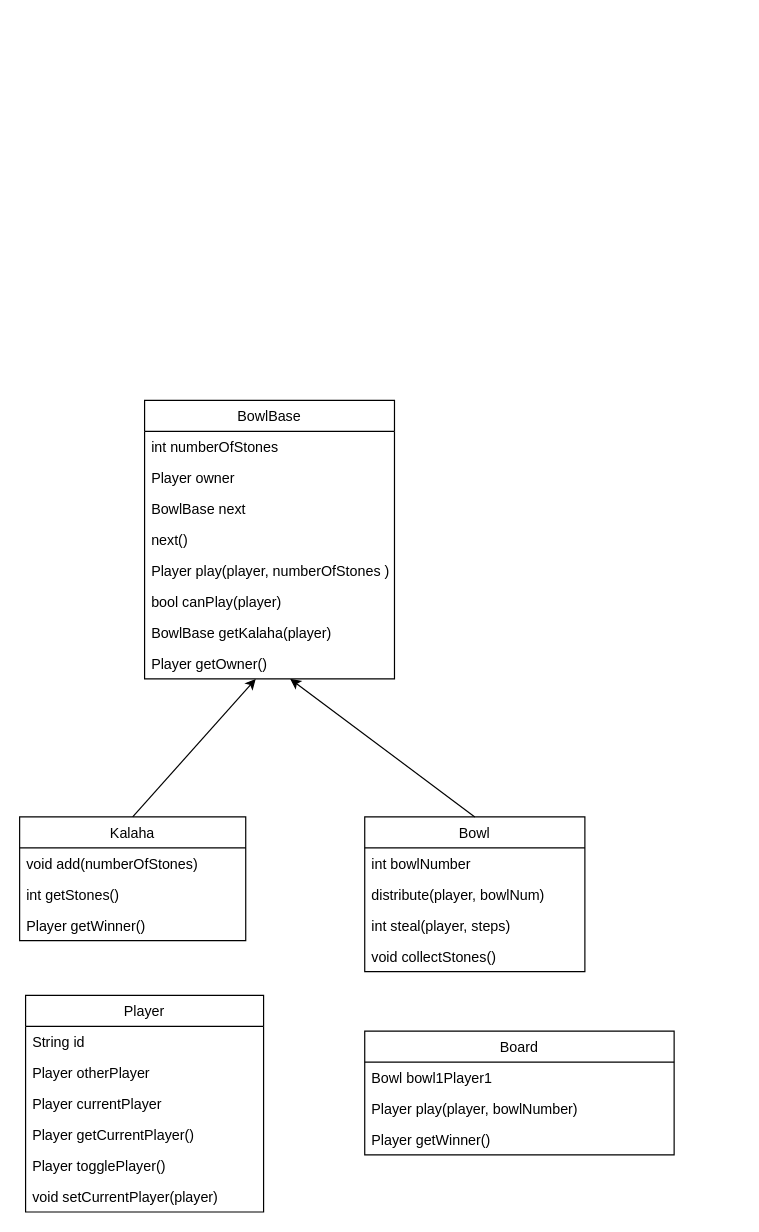
Above: doc/ClassDiagrams.drawio in jaaphoegee/mancala (draw.io), before the change. Source tidied: cells renumbered, new cells numbered last; positions are measured from the earlier drawing's top-left corner, leaving out a move shared by most shapes. Both pictures are drawn from the tidied source at 119%, with x=0, y=0 at pixel (19, 400).
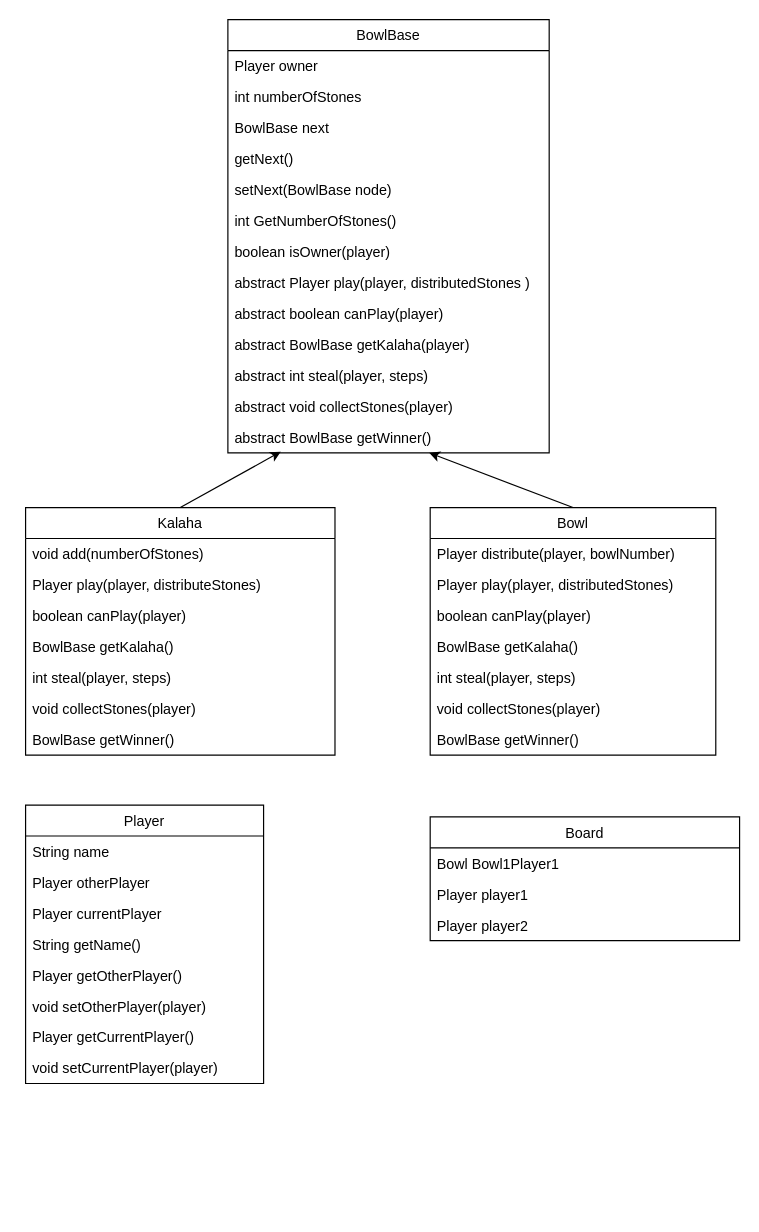
After the change.

What changed in the source:
```diff
@@
     <mxCell id="2" value="Kalaha" style="swimlane;fontStyle=0;horizontal=1;startSize=26;fillColor=none;" parent="1" vertex="1">
-      <mxGeometry y="350" width="190" height="104" as="geometry" />
+      <mxGeometry x="5" y="90" width="260" height="208" as="geometry" />
     </mxCell>
     <mxCell id="3" value="void add(numberOfStones)" style="text;strokeColor=none;fillColor=none;align=left;verticalAlign=top;spacingLeft=4;spacingRight=4;overflow=hidden;" parent="2" vertex="1">
-      <mxGeometry y="26" width="190" height="26" as="geometry" />
+      <mxGeometry y="26" width="260" height="26" as="geometry" />
     </mxCell>
+    <mxCell id="33" value="Player play(player, distributeStones)" style="text;strokeColor=none;fillColor=none;align=left;verticalAlign=top;spacingLeft=4;spacingRight=4;overflow=hidden;" parent="2" vertex="1">
+      <mxGeometry y="52" width="260" height="26" as="geometry" />
+    </mxCell>
+    <mxCell id="34" value="boolean canPlay(player)" style="text;strokeColor=none;fillColor=none;align=left;verticalAlign=top;spacingLeft=4;spacingRight=4;overflow=hidden;" parent="2" vertex="1">
+      <mxGeometry y="78" width="260" height="26" as="geometry" />
+    </mxCell>
+    <mxCell id="35" value="BowlBase getKalaha()" style="text;strokeColor=none;fillColor=none;align=left;verticalAlign=top;spacingLeft=4;spacingRight=4;overflow=hidden;" parent="2" vertex="1">
+      <mxGeometry y="104" width="260" height="26" as="geometry" />
+    </mxCell>
-    <mxCell id="4" value="int getStones()" style="text;strokeColor=none;fillColor=none;align=left;verticalAlign=top;spacingLeft=4;spacingRight=4;overflow=hidden;" parent="2" vertex="1">
-      <mxGeometry y="52" width="190" height="26" as="geometry" />
+    <mxCell id="4" value="int steal(player, steps)" style="text;strokeColor=none;fillColor=none;align=left;verticalAlign=top;spacingLeft=4;spacingRight=4;overflow=hidden;" parent="2" vertex="1">
+      <mxGeometry y="130" width="260" height="26" as="geometry" />
     </mxCell>
+    <mxCell id="36" value="void collectStones(player)" style="text;strokeColor=none;fillColor=none;align=left;verticalAlign=top;spacingLeft=4;spacingRight=4;overflow=hidden;" parent="2" vertex="1">
+      <mxGeometry y="156" width="260" height="26" as="geometry" />
+    </mxCell>
-    <mxCell id="5" value="Player getWinner()" style="text;strokeColor=none;fillColor=none;align=left;verticalAlign=top;spacingLeft=4;spacingRight=4;overflow=hidden;" parent="2" vertex="1">
-      <mxGeometry y="78" width="190" height="26" as="geometry" />
+    <mxCell id="5" value="BowlBase getWinner()" style="text;strokeColor=none;fillColor=none;align=left;verticalAlign=top;spacingLeft=4;spacingRight=4;overflow=hidden;" parent="2" vertex="1">
+      <mxGeometry y="182" width="260" height="26" as="geometry" />
     </mxCell>
     <mxCell id="6" value="BowlBase" style="swimlane;fontStyle=0;horizontal=1;startSize=26;fillColor=none;" parent="1" vertex="1">
-      <mxGeometry x="105" width="210" height="234" as="geometry" />
+      <mxGeometry x="175" y="-320" width="270" height="364" as="geometry" />
     </mxCell>
+    <mxCell id="8" value="Player owner" style="text;strokeColor=none;fillColor=none;align=left;verticalAlign=top;spacingLeft=4;spacingRight=4;overflow=hidden;" parent="6" vertex="1">
+      <mxGeometry y="26" width="270" height="26" as="geometry" />
+    </mxCell>
     <mxCell id="7" value="int numberOfStones" style="text;strokeColor=none;fillColor=none;align=left;verticalAlign=top;spacingLeft=4;spacingRight=4;overflow=hidden;" parent="6" vertex="1">
-      <mxGeometry y="26" width="210" height="26" as="geometry" />
+      <mxGeometry y="52" width="270" height="26" as="geometry" />
     </mxCell>
-    <mxCell id="8" value="Player owner" style="text;strokeColor=none;fillColor=none;align=left;verticalAlign=top;spacingLeft=4;spacingRight=4;overflow=hidden;" parent="6" vertex="1">
-      <mxGeometry y="52" width="210" height="26" as="geometry" />
-    </mxCell>
     <mxCell id="9" value="BowlBase next " style="text;strokeColor=none;fillColor=none;align=left;verticalAlign=top;spacingLeft=4;spacingRight=4;overflow=hidden;" parent="6" vertex="1">
-      <mxGeometry y="78" width="210" height="26" as="geometry" />
+      <mxGeometry y="78" width="270" height="26" as="geometry" />
     </mxCell>
-    <mxCell id="10" value="next()" style="text;strokeColor=none;fillColor=none;align=left;verticalAlign=top;spacingLeft=4;spacingRight=4;overflow=hidden;" parent="6" vertex="1">
-      <mxGeometry y="104" width="210" height="26" as="geometry" />
+    <mxCell id="10" value="getNext()" style="text;strokeColor=none;fillColor=none;align=left;verticalAlign=top;spacingLeft=4;spacingRight=4;overflow=hidden;" parent="6" vertex="1">
+      <mxGeometry y="104" width="270" height="26" as="geometry" />
     </mxCell>
+    <mxCell id="37" value="setNext(BowlBase node)" style="text;strokeColor=none;fillColor=none;align=left;verticalAlign=top;spacingLeft=4;spacingRight=4;overflow=hidden;" parent="6" vertex="1">
+      <mxGeometry y="130" width="270" height="26" as="geometry" />
+    </mxCell>
+    <mxCell id="38" value="int GetNumberOfStones()" style="text;strokeColor=none;fillColor=none;align=left;verticalAlign=top;spacingLeft=4;spacingRight=4;overflow=hidden;" parent="6" vertex="1">
+      <mxGeometry y="156" width="270" height="26" as="geometry" />
+    </mxCell>
+    <mxCell id="14" value="boolean isOwner(player)" style="text;strokeColor=none;fillColor=none;align=left;verticalAlign=top;spacingLeft=4;spacingRight=4;overflow=hidden;points=[[0,0.5],[1,0.5]];portConstraint=eastwest;" parent="6" vertex="1">
+      <mxGeometry y="182" width="270" height="26" as="geometry" />
+    </mxCell>
-    <mxCell id="11" value="Player play(player, numberOfStones )" style="text;strokeColor=none;fillColor=none;align=left;verticalAlign=top;spacingLeft=4;spacingRight=4;overflow=hidden;" parent="6" vertex="1">
-      <mxGeometry y="130" width="210" height="26" as="geometry" />
+    <mxCell id="11" value="abstract Player play(player, distributedStones )" style="text;strokeColor=none;fillColor=none;align=left;verticalAlign=top;spacingLeft=4;spacingRight=4;overflow=hidden;" parent="6" vertex="1">
+      <mxGeometry y="208" width="270" height="26" as="geometry" />
     </mxCell>
-    <mxCell id="12" value="bool canPlay(player)" style="text;strokeColor=none;fillColor=none;align=left;verticalAlign=top;spacingLeft=4;spacingRight=4;overflow=hidden;" parent="6" vertex="1">
-      <mxGeometry y="156" width="210" height="26" as="geometry" />
+    <mxCell id="12" value="abstract boolean canPlay(player)" style="text;strokeColor=none;fillColor=none;align=left;verticalAlign=top;spacingLeft=4;spacingRight=4;overflow=hidden;" parent="6" vertex="1">
+      <mxGeometry y="234" width="270" height="26" as="geometry" />
     </mxCell>
-    <mxCell id="13" value="BowlBase getKalaha(player)" style="text;strokeColor=none;fillColor=none;align=left;verticalAlign=top;spacingLeft=4;spacingRight=4;overflow=hidden;" parent="6" vertex="1">
-      <mxGeometry y="182" width="210" height="26" as="geometry" />
+    <mxCell id="13" value="abstract BowlBase getKalaha(player)" style="text;strokeColor=none;fillColor=none;align=left;verticalAlign=top;spacingLeft=4;spacingRight=4;overflow=hidden;" parent="6" vertex="1">
+      <mxGeometry y="260" width="270" height="26" as="geometry" />
     </mxCell>
-    <mxCell id="14" value="Player getOwner()" style="text;strokeColor=none;fillColor=none;align=left;verticalAlign=top;spacingLeft=4;spacingRight=4;overflow=hidden;points=[[0,0.5],[1,0.5]];portConstraint=eastwest;" parent="6" vertex="1">
-      <mxGeometry y="208" width="210" height="26" as="geometry" />
-    </mxCell>
+    <mxCell id="39" value="abstract int steal(player, steps)" style="text;strokeColor=none;fillColor=none;align=left;verticalAlign=top;spacingLeft=4;spacingRight=4;overflow=hidden;" parent="6" vertex="1">
+      <mxGeometry y="286" width="270" height="26" as="geometry" />
+    </mxCell>
+    <mxCell id="40" value="abstract void collectStones(player)" style="text;strokeColor=none;fillColor=none;align=left;verticalAlign=top;spacingLeft=4;spacingRight=4;overflow=hidden;" parent="6" vertex="1">
+      <mxGeometry y="312" width="270" height="26" as="geometry" />
+    </mxCell>
+    <mxCell id="41" value="abstract BowlBase getWinner()" style="text;strokeColor=none;fillColor=none;align=left;verticalAlign=top;spacingLeft=4;spacingRight=4;overflow=hidden;points=[[0,0.5],[1,0.5]];portConstraint=eastwest;" parent="6" vertex="1">
+      <mxGeometry y="338" width="270" height="26" as="geometry" />
+    </mxCell>
-    <mxCell id="15" style="endArrow=classic;html=1;exitX=0.5;exitY=0;exitDx=0;exitDy=0;" parent="1" edge="1" source="2" target="14">
+    <mxCell id="15" style="endArrow=classic;html=1;exitX=0.5;exitY=0;exitDx=0;exitDy=0;entryX=0.165;entryY=0.962;entryDx=0;entryDy=0;entryPerimeter=0;" parent="1" edge="1" source="2" target="41">
       <mxGeometry relative="1" as="geometry" />
     </mxCell>
     <mxCell id="16" value="Bowl" style="swimlane;fontStyle=0;horizontal=1;startSize=26;fillColor=none;" parent="1" vertex="1">
-      <mxGeometry x="290" y="350" width="185" height="130" as="geometry" />
+      <mxGeometry x="345" y="90" width="240" height="208" as="geometry" />
     </mxCell>
-    <mxCell id="17" value="int bowlNumber" style="text;strokeColor=none;fillColor=none;align=left;verticalAlign=top;spacingLeft=4;spacingRight=4;overflow=hidden;" parent="16" vertex="1">
-      <mxGeometry y="26" width="185" height="26" as="geometry" />
-    </mxCell>
-    <mxCell id="18" value="distribute(player, bowlNum)" style="text;strokeColor=none;fillColor=none;align=left;verticalAlign=top;spacingLeft=4;spacingRight=4;overflow=hidden;" parent="16" vertex="1">
-      <mxGeometry y="52" width="185" height="26" as="geometry" />
+    <mxCell id="18" value="Player distribute(player, bowlNumber)" style="text;strokeColor=none;fillColor=none;align=left;verticalAlign=top;spacingLeft=4;spacingRight=4;overflow=hidden;" parent="16" vertex="1">
+      <mxGeometry y="26" width="240" height="26" as="geometry" />
     </mxCell>
+    <mxCell id="20" value="Player play(player, distributedStones)" style="text;strokeColor=none;fillColor=none;align=left;verticalAlign=top;spacingLeft=4;spacingRight=4;overflow=hidden;" parent="16" vertex="1">
+      <mxGeometry y="52" width="240" height="26" as="geometry" />
+    </mxCell>
+    <mxCell id="42" value="boolean canPlay(player)" style="text;strokeColor=none;fillColor=none;align=left;verticalAlign=top;spacingLeft=4;spacingRight=4;overflow=hidden;" parent="16" vertex="1">
+      <mxGeometry y="78" width="240" height="26" as="geometry" />
+    </mxCell>
+    <mxCell id="43" value="BowlBase getKalaha()" style="text;strokeColor=none;fillColor=none;align=left;verticalAlign=top;spacingLeft=4;spacingRight=4;overflow=hidden;" parent="16" vertex="1">
+      <mxGeometry y="104" width="240" height="26" as="geometry" />
+    </mxCell>
     <mxCell id="19" value="int steal(player, steps)" style="text;strokeColor=none;fillColor=none;align=left;verticalAlign=top;spacingLeft=4;spacingRight=4;overflow=hidden;" parent="16" vertex="1">
-      <mxGeometry y="78" width="185" height="26" as="geometry" />
+      <mxGeometry y="130" width="240" height="26" as="geometry" />
     </mxCell>
-    <mxCell id="20" value="void collectStones()" style="text;strokeColor=none;fillColor=none;align=left;verticalAlign=top;spacingLeft=4;spacingRight=4;overflow=hidden;" parent="16" vertex="1">
-      <mxGeometry y="104" width="185" height="26" as="geometry" />
-    </mxCell>
+    <mxCell id="44" value="void collectStones(player)" style="text;strokeColor=none;fillColor=none;align=left;verticalAlign=top;spacingLeft=4;spacingRight=4;overflow=hidden;" parent="16" vertex="1">
+      <mxGeometry y="156" width="240" height="26" as="geometry" />
+    </mxCell>
+    <mxCell id="45" value="BowlBase getWinner()" style="text;strokeColor=none;fillColor=none;align=left;verticalAlign=top;spacingLeft=4;spacingRight=4;overflow=hidden;" parent="16" vertex="1">
+      <mxGeometry y="182" width="240" height="26" as="geometry" />
+    </mxCell>
-    <mxCell id="21" style="endArrow=classic;html=1;exitX=0.5;exitY=0;exitDx=0;exitDy=0;" parent="1" edge="1" source="16" target="14">
+    <mxCell id="21" style="endArrow=classic;html=1;exitX=0.5;exitY=0;exitDx=0;exitDy=0;" parent="1" edge="1" source="16" target="41">
       <mxGeometry relative="1" as="geometry" />
     </mxCell>
     <mxCell id="22" value="Player" style="swimlane;fontStyle=0;horizontal=1;startSize=26;fillColor=none;" parent="1" vertex="1">
-      <mxGeometry x="5" y="500" width="200" height="182" as="geometry" />
+      <mxGeometry x="5" y="340" width="200" height="234" as="geometry" />
     </mxCell>
-    <mxCell id="23" value="String id" style="text;strokeColor=none;fillColor=none;align=left;verticalAlign=top;spacingLeft=4;spacingRight=4;overflow=hidden;" parent="22" vertex="1">
+    <mxCell id="23" value="String name" style="text;strokeColor=none;fillColor=none;align=left;verticalAlign=top;spacingLeft=4;spacingRight=4;overflow=hidden;" parent="22" vertex="1">
       <mxGeometry y="26" width="200" height="26" as="geometry" />
     </mxCell>
@@
-    <mxCell id="26" value="Player getCurrentPlayer()" style="text;strokeColor=none;fillColor=none;align=left;verticalAlign=top;spacingLeft=4;spacingRight=4;overflow=hidden;" parent="22" vertex="1">
+    <mxCell id="26" value="String getName()" style="text;strokeColor=none;fillColor=none;align=left;verticalAlign=top;spacingLeft=4;spacingRight=4;overflow=hidden;" parent="22" vertex="1">
       <mxGeometry y="104" width="200" height="26" as="geometry" />
     </mxCell>
-    <mxCell id="27" value="Player togglePlayer()" style="text;strokeColor=none;fillColor=none;align=left;verticalAlign=top;spacingLeft=4;spacingRight=4;overflow=hidden;" parent="22" vertex="1">
+    <mxCell id="27" value="Player getOtherPlayer()" style="text;strokeColor=none;fillColor=none;align=left;verticalAlign=top;spacingLeft=4;spacingRight=4;overflow=hidden;" parent="22" vertex="1">
       <mxGeometry y="130" width="200" height="26" as="geometry" />
     </mxCell>
+    <mxCell id="46" value="void setOtherPlayer(player)" style="text;strokeColor=none;fillColor=none;align=left;verticalAlign=top;spacingLeft=4;spacingRight=4;overflow=hidden;" parent="22" vertex="1">
+      <mxGeometry y="156" width="200" height="26" as="geometry" />
+    </mxCell>
+    <mxCell id="47" value="Player getCurrentPlayer()" style="text;strokeColor=none;fillColor=none;align=left;verticalAlign=top;spacingLeft=4;spacingRight=4;overflow=hidden;" parent="22" vertex="1">
+      <mxGeometry y="182" width="200" height="26" as="geometry" />
+    </mxCell>
     <mxCell id="28" value="void setCurrentPlayer(player)" style="text;strokeColor=none;fillColor=none;align=left;verticalAlign=top;spacingLeft=4;spacingRight=4;overflow=hidden;" parent="22" vertex="1">
-      <mxGeometry y="156" width="200" height="26" as="geometry" />
+      <mxGeometry y="208" width="200" height="26" as="geometry" />
     </mxCell>
     <mxCell id="29" value="Board" style="swimlane;fontStyle=0;horizontal=1;startSize=26;fillColor=none;" parent="1" vertex="1">
-      <mxGeometry x="290" y="530" width="260" height="104" as="geometry" />
+      <mxGeometry x="345" y="350" width="260" height="104" as="geometry" />
     </mxCell>
-    <mxCell id="30" value="Bowl bowl1Player1" style="text;strokeColor=none;fillColor=none;align=left;verticalAlign=top;spacingLeft=4;spacingRight=4;overflow=hidden;" parent="29" vertex="1">
-      <mxGeometry y="26" width="260" height="26" as="geometry" />
-    </mxCell>
-    <mxCell id="31" value="Player play(player, bowlNumber)" style="text;strokeColor=none;fillColor=none;align=left;verticalAlign=top;spacingLeft=4;spacingRight=4;overflow=hidden;" parent="29" vertex="1">
-      <mxGeometry y="52" width="260" height="26" as="geometry" />
-    </mxCell>
-    <mxCell id="32" value="Player getWinner()" style="text;strokeColor=none;fillColor=none;align=left;verticalAlign=top;spacingLeft=4;spacingRight=4;overflow=hidden;" parent="29" vertex="1">
-      <mxGeometry y="78" width="260" height="26" as="geometry" />
-    </mxCell>
+    <mxCell id="48" value="Bowl Bowl1Player1" style="text;strokeColor=none;fillColor=none;align=left;verticalAlign=top;spacingLeft=4;spacingRight=4;overflow=hidden;" parent="29" vertex="1">
+      <mxGeometry y="26" width="260" height="26" as="geometry" />
+    </mxCell>
+    <mxCell id="49" value="Player player1" style="text;strokeColor=none;fillColor=none;align=left;verticalAlign=top;spacingLeft=4;spacingRight=4;overflow=hidden;" parent="29" vertex="1">
+      <mxGeometry y="52" width="260" height="26" as="geometry" />
+    </mxCell>
+    <mxCell id="50" value="Player player2" style="text;strokeColor=none;fillColor=none;align=left;verticalAlign=top;spacingLeft=4;spacingRight=4;overflow=hidden;" parent="29" vertex="1">
+      <mxGeometry y="78" width="260" height="26" as="geometry" />
+    </mxCell>
```
